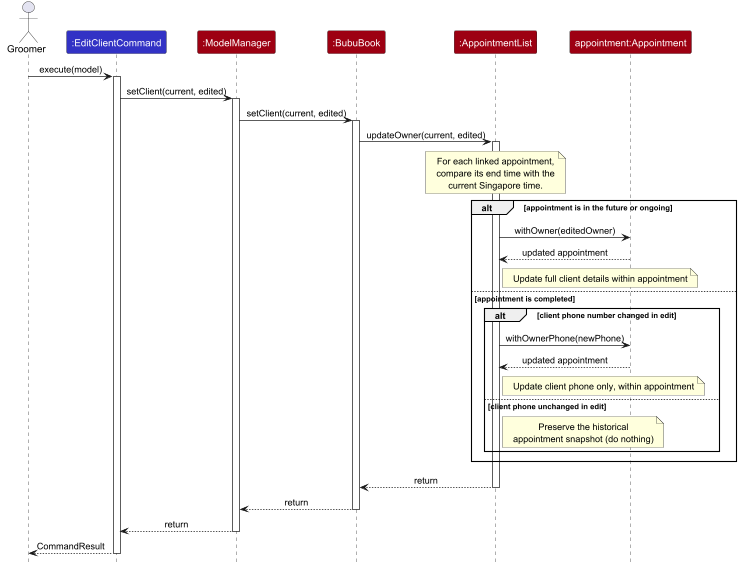
This is docs/images/AppointmentSnapshotUpdate.png from 0218hy/tp, a PlantUML export, as it was before one commit. Its source is kept beside it as docs/diagrams/AppointmentSnapshotUpdate.puml. The source it was exported from:
```plantuml
@startuml
!include style.puml
skinparam ArrowFontStyle plain

title Updating appointment snapshots after editing a client

actor Groomer as user
Participant ":EditClientCommand" as command LOGIC_COLOR
Participant ":ModelManager" as model MODEL_COLOR
Participant ":BubuBook" as book MODEL_COLOR
Participant ":AppointmentList" as appointments MODEL_COLOR
Participant "appointment:Appointment" as appointment MODEL_COLOR

user -> command : execute(model)
activate command

command -> model : setClient(current, edited)
activate model

model -> book : setClient(current, edited)
activate book

book -> appointments : updateOwner(current, edited)
activate appointments

note over appointments
For each linked appointment,
compare its end time with the
current Singapore time.
end note

alt appointment is in the future or ongoing
    appointments -> appointment : withOwner(editedOwner)
    appointment --> appointments : updated appointment
    note right of appointments
        Update full client details within appointment
    end note
else appointment is completed
    alt client phone number changed in edit
        appointments -> appointment : withOwnerPhone(newPhone)
        appointment --> appointments : updated appointment
        note right of appointments
            Update client phone only, within appointment
        end note
    else client phone unchanged in edit
        note right of appointments
            Preserve the historical
            appointment snapshot (do nothing)
        end note
    end
end

appointments --> book : return
deactivate appointments

book --> model : return
deactivate book

model --> command : return
deactivate model

command --> user : CommandResult
deactivate command

@enduml
```
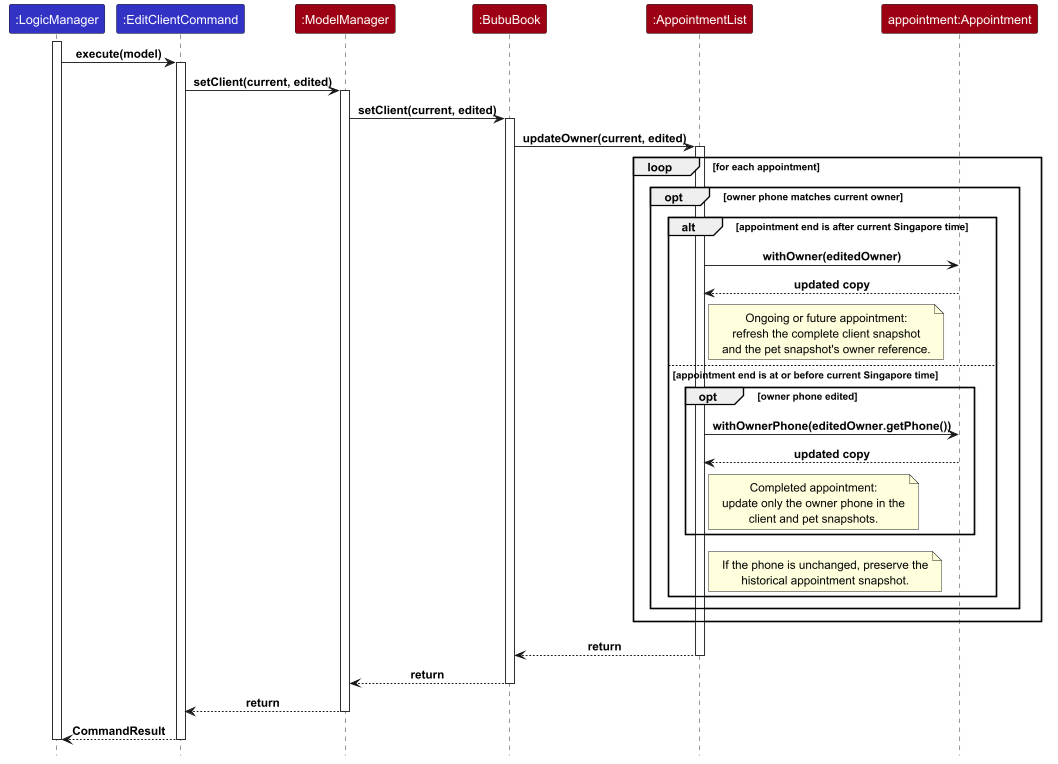
The same file after the commit.

Commit message:
Fix appointment snapshot diagram

Change to the diagram source:
```diff
@@ -1,17 +1,17 @@
 @startuml
 !include style.puml
-skinparam ArrowFontStyle plain
 
-title Updating appointment snapshots after editing a client
+title Updating linked appointment snapshots after a client edit
 
-actor Groomer as user
-Participant ":EditClientCommand" as command LOGIC_COLOR
-Participant ":ModelManager" as model MODEL_COLOR
-Participant ":BubuBook" as book MODEL_COLOR
-Participant ":AppointmentList" as appointments MODEL_COLOR
-Participant "appointment:Appointment" as appointment MODEL_COLOR
+participant ":LogicManager" as logic LOGIC_COLOR
+participant ":EditClientCommand" as command LOGIC_COLOR
+participant ":ModelManager" as model MODEL_COLOR
+participant ":BubuBook" as book MODEL_COLOR
+participant ":AppointmentList" as appointments MODEL_COLOR
+participant "appointment:Appointment" as appointment MODEL_COLOR
 
-user -> command : execute(model)
+activate logic
+logic -> command : execute(model)
 activate command
 
 command -> model : setClient(current, edited)
@@ -23,30 +23,35 @@
 book -> appointments : updateOwner(current, edited)
 activate appointments
 
-note over appointments
-For each linked appointment,
-compare its end time with the
-current Singapore time.
-end note
+loop for each appointment
+    opt owner phone matches current owner
+        alt appointment end is after current Singapore time
+            appointments -> appointment : withOwner(editedOwner)
+            appointment --> appointments : updated copy
 
-alt appointment is in the future or ongoing
-    appointments -> appointment : withOwner(editedOwner)
-    appointment --> appointments : updated appointment
-    note right of appointments
-        Update full client details within appointment
-    end note
-else appointment is completed
-    alt client phone number changed in edit
-        appointments -> appointment : withOwnerPhone(newPhone)
-        appointment --> appointments : updated appointment
-        note right of appointments
-            Update client phone only, within appointment
-        end note
-    else client phone unchanged in edit
-        note right of appointments
-            Preserve the historical
-            appointment snapshot (do nothing)
-        end note
+            note right of appointments
+                Ongoing or future appointment:
+                refresh the complete client snapshot
+                and the pet snapshot's owner reference.
+            end note
+
+        else appointment end is at or before current Singapore time
+            opt owner phone edited
+                appointments -> appointment : withOwnerPhone(editedOwner.getPhone())
+                appointment --> appointments : updated copy
+
+                note right of appointments
+                    Completed appointment:
+                    update only the owner phone in the
+                    client and pet snapshots.
+                end note
+            end
+
+            note right of appointments
+                If the phone is unchanged, preserve the
+                historical appointment snapshot.
+            end note
+        end
     end
 end
 
@@ -59,7 +64,8 @@
 model --> command : return
 deactivate model
 
-command --> user : CommandResult
+command --> logic : CommandResult
 deactivate command
+deactivate logic
 
 @enduml
```
